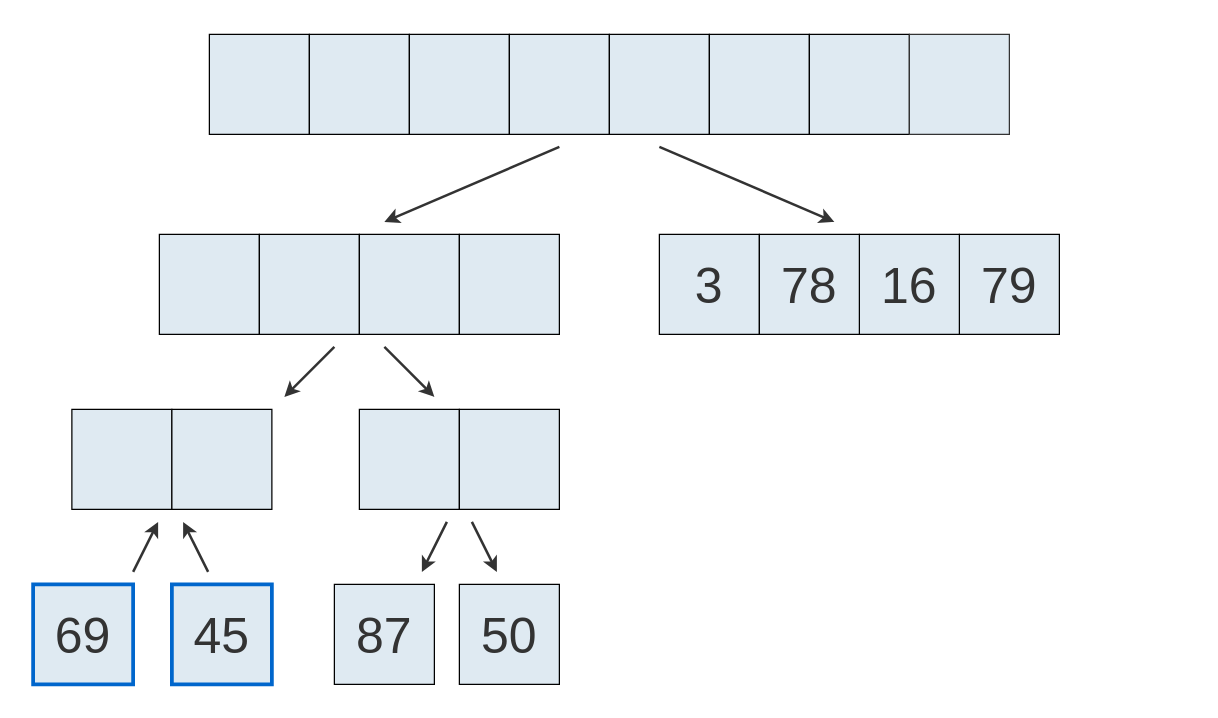
Above: page "4" (5 of 18) of teoria/04_estructuras_y_algoritmos/imgs/03/merge_sort_tree_recursivo.drawio in ee-unr/programacion-2 (draw.io), before the change. Source tidied: cells renumbered, new cells numbered last; positions are measured from the earlier drawing's top-left corner, leaving out a move shared by most shapes. Both pictures are drawn from the tidied source at 125%, with x=0, y=0 at pixel (21, 21).
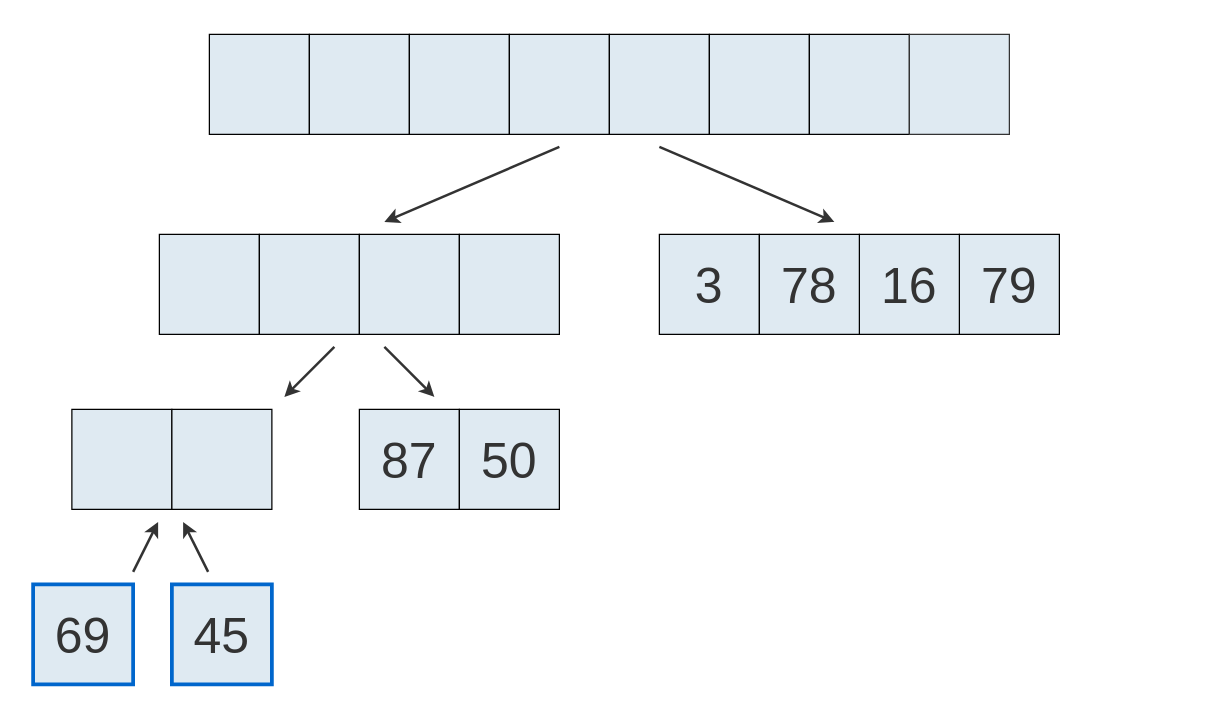
The same diagram, later.

What changed in the source:
```diff
@@
+    <mxCell id="34" style="rounded=0;whiteSpace=wrap;html=1;fillColor=none;strokeColor=none;" parent="1" vertex="1">
+      <mxGeometry width="940" height="540" as="geometry" />
+    </mxCell>
@@
-    <mxCell id="22" style="rounded=0;whiteSpace=wrap;html=1;fillColor=#DFEAF2;fontSize=34;" parent="1" vertex="1">
+    <mxCell id="22" value="&lt;span style=&quot;color: rgb(51, 51, 51); font-family: &amp;quot;Cascadia Code&amp;quot;; font-size: 40px;&quot;&gt;87&lt;/span&gt;" style="rounded=0;whiteSpace=wrap;html=1;fillColor=#DFEAF2;fontSize=34;" parent="1" vertex="1">
       <mxGeometry x="270" y="310" width="80" height="80" as="geometry" />
     </mxCell>
-    <mxCell id="23" style="rounded=0;whiteSpace=wrap;html=1;fillColor=#DFEAF2;fontSize=34;strokeWidth=1;" parent="1" vertex="1">
+    <mxCell id="23" value="&lt;span style=&quot;color: rgb(51, 51, 51); font-family: &amp;quot;Cascadia Code&amp;quot;; font-size: 40px;&quot;&gt;50&lt;/span&gt;" style="rounded=0;whiteSpace=wrap;html=1;fillColor=#DFEAF2;fontSize=34;strokeWidth=1;" parent="1" vertex="1">
       <mxGeometry x="350" y="310" width="80" height="80" as="geometry" />
     </mxCell>
@@
-    <mxCell id="28" value="&lt;font style=&quot;font-size: 40px;&quot; color=&quot;#333333&quot; face=&quot;Cascadia Code&quot;&gt;87&lt;/font&gt;" style="rounded=0;whiteSpace=wrap;html=1;fillColor=#DFEAF2;fontSize=34;" parent="1" vertex="1">
-      <mxGeometry x="250" y="450" width="80" height="80" as="geometry" />
-    </mxCell>
-    <mxCell id="29" value="&lt;font style=&quot;font-size: 40px;&quot; color=&quot;#333333&quot; face=&quot;Cascadia Code&quot;&gt;50&lt;/font&gt;" style="rounded=0;whiteSpace=wrap;html=1;fillColor=#DFEAF2;fontSize=34;strokeWidth=1;" parent="1" vertex="1">
-      <mxGeometry x="350" y="450" width="80" height="80" as="geometry" />
-    </mxCell>
-    <mxCell id="30" style="endArrow=classic;html=1;rounded=0;strokeWidth=2;strokeColor=#333333;" parent="1" edge="1">
-      <mxGeometry relative="1" as="geometry">
-        <mxPoint x="360" y="400" as="sourcePoint" />
-        <mxPoint x="380" y="440" as="targetPoint" />
-      </mxGeometry>
-    </mxCell>
-    <mxCell id="31" style="endArrow=classic;html=1;rounded=0;strokeWidth=2;strokeColor=#333333;" parent="1" edge="1">
-      <mxGeometry relative="1" as="geometry">
-        <mxPoint x="340" y="400" as="sourcePoint" />
-        <mxPoint x="320" y="440" as="targetPoint" />
-      </mxGeometry>
-    </mxCell>
@@
-    <mxCell id="34" style="rounded=0;whiteSpace=wrap;html=1;fillColor=none;strokeColor=none;" parent="1" vertex="1">
-      <mxGeometry width="940" height="540" as="geometry" />
-    </mxCell>
```
